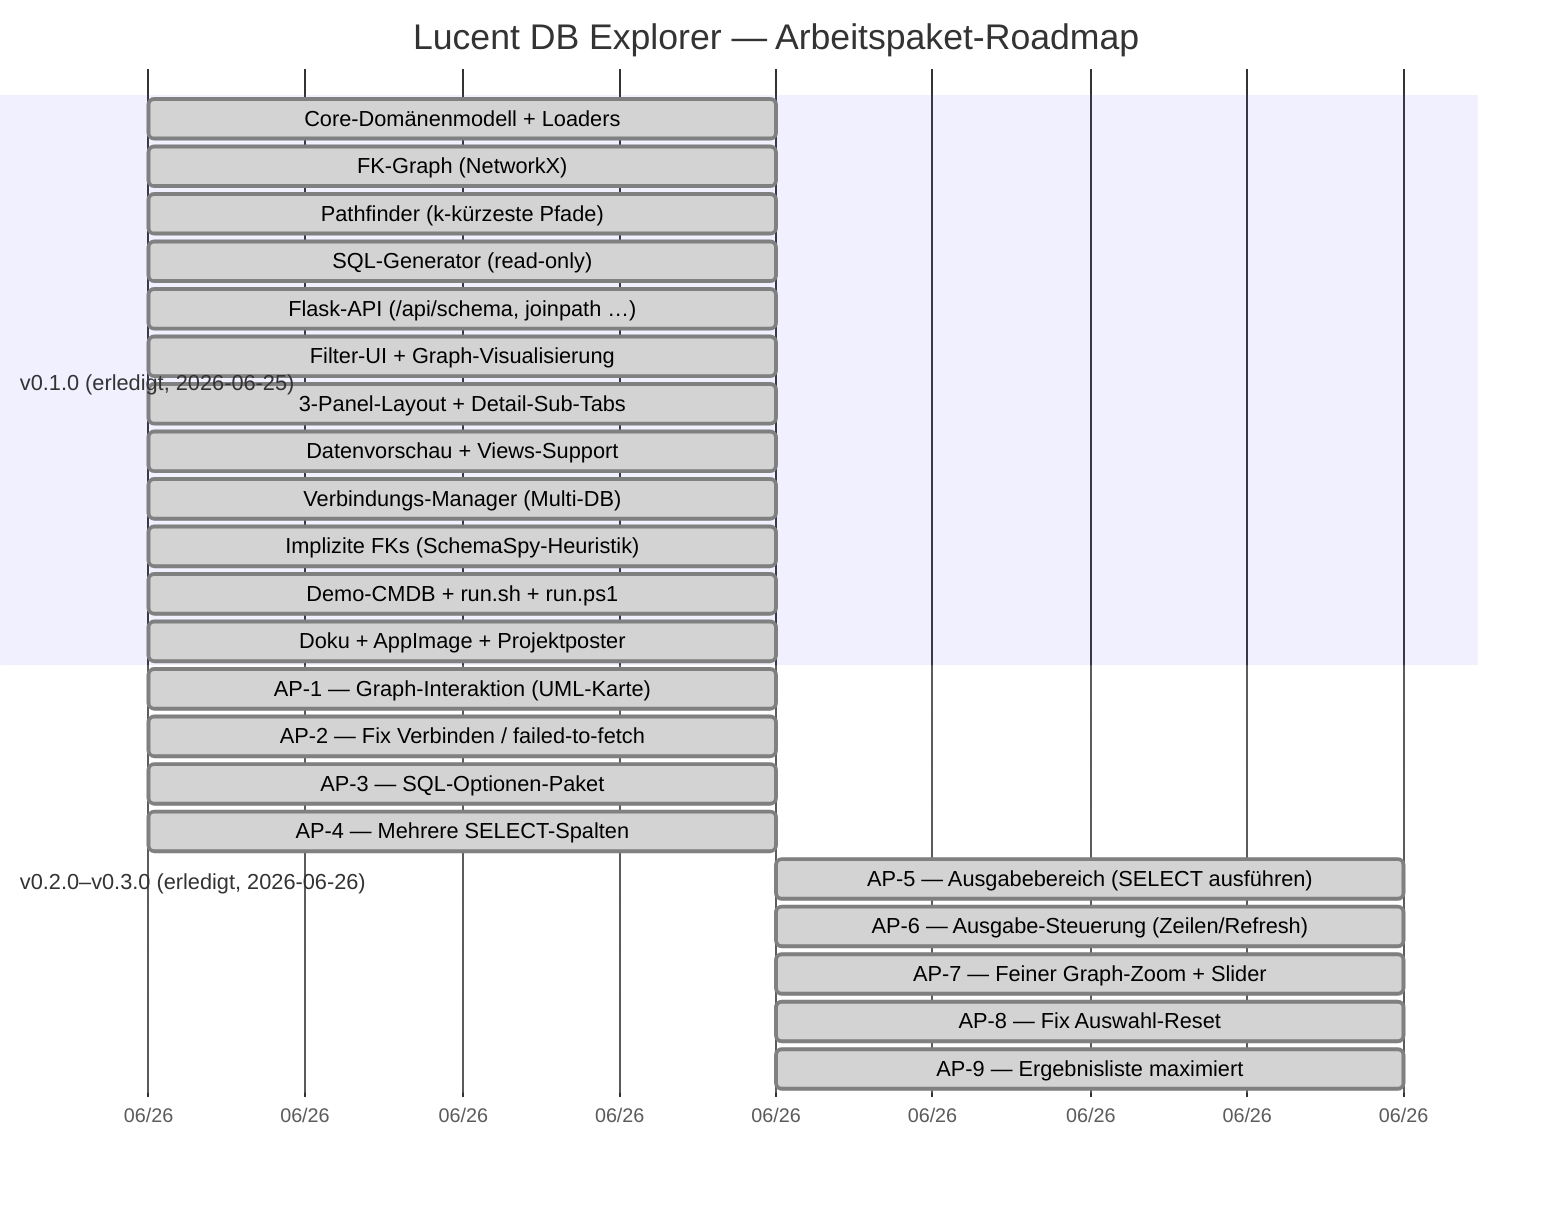
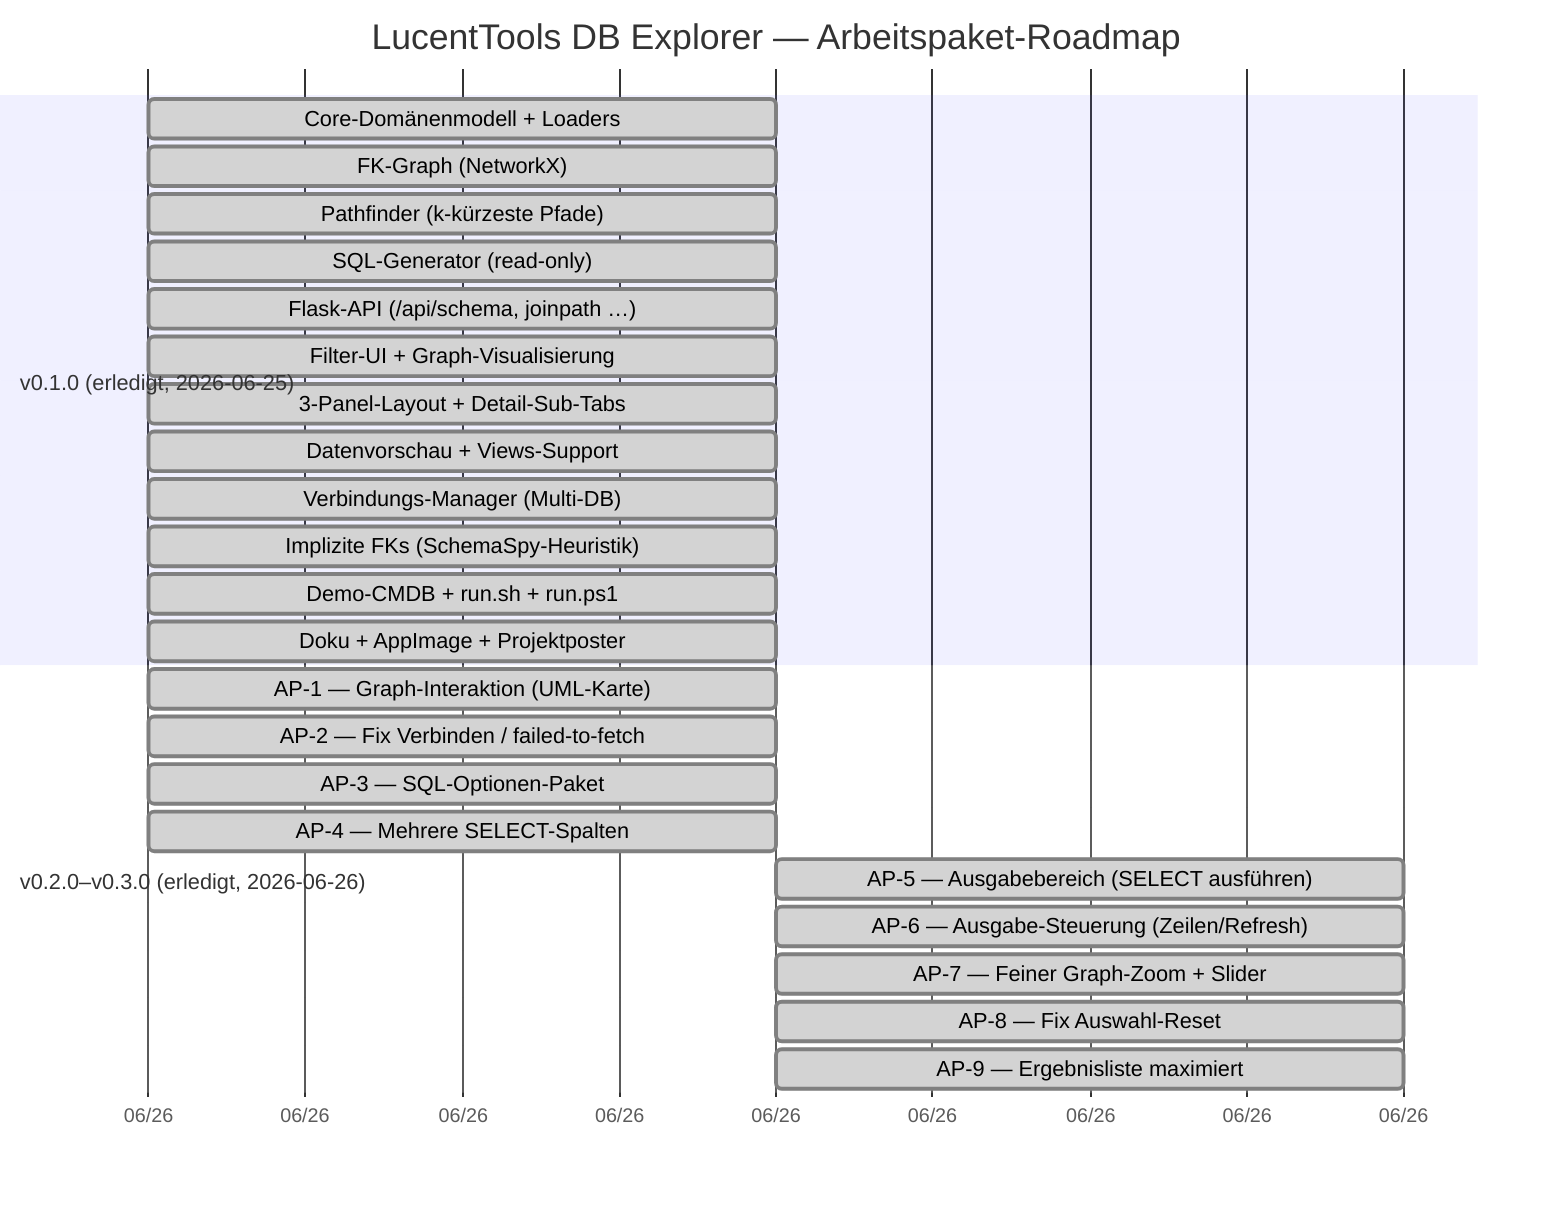
gantt
-     title Lucent DB Explorer — Arbeitspaket-Roadmap
+     title LucentTools DB Explorer — Arbeitspaket-Roadmap
    dateFormat  YYYY-MM-DD
    axisFormat  %m/%y

    section v0.1.0 (erledigt, 2026-06-25)
    Core-Domänenmodell + Loaders          :done, d1, 2026-06-25, 1d
    FK-Graph (NetworkX)                   :done, d2, 2026-06-25, 1d
    Pathfinder (k-kürzeste Pfade)         :done, d3, 2026-06-25, 1d
    SQL-Generator (read-only)             :done, d4, 2026-06-25, 1d
    Flask-API (/api/schema, joinpath …)   :done, d5, 2026-06-25, 1d
    Filter-UI + Graph-Visualisierung      :done, d6, 2026-06-25, 1d
    3-Panel-Layout + Detail-Sub-Tabs      :done, d7, 2026-06-25, 1d
    Datenvorschau + Views-Support         :done, d8, 2026-06-25, 1d
    Verbindungs-Manager (Multi-DB)        :done, d9, 2026-06-25, 1d
    Implizite FKs (SchemaSpy-Heuristik)   :done, d10, 2026-06-25, 1d
    Demo-CMDB + run.sh + run.ps1          :done, d11, 2026-06-25, 1d
    Doku + AppImage + Projektposter       :done, d12, 2026-06-25, 1d

    section v0.2.0–v0.3.0 (erledigt, 2026-06-26)
    AP-1 — Graph-Interaktion (UML-Karte)        :done, a1, 2026-06-25, 1d
    AP-2 — Fix Verbinden / failed-to-fetch      :done, a2, 2026-06-25, 1d
    AP-3 — SQL-Optionen-Paket                   :done, a3, 2026-06-25, 1d
    AP-4 — Mehrere SELECT-Spalten               :done, a4, 2026-06-25, 1d
    AP-5 — Ausgabebereich (SELECT ausführen)    :done, a5, 2026-06-26, 1d
    AP-6 — Ausgabe-Steuerung (Zeilen/Refresh)   :done, a6, 2026-06-26, 1d
    AP-7 — Feiner Graph-Zoom + Slider           :done, a7, 2026-06-26, 1d
    AP-8 — Fix Auswahl-Reset                    :done, a8, 2026-06-26, 1d
    AP-9 — Ergebnisliste maximiert              :done, a9, 2026-06-26, 1d
